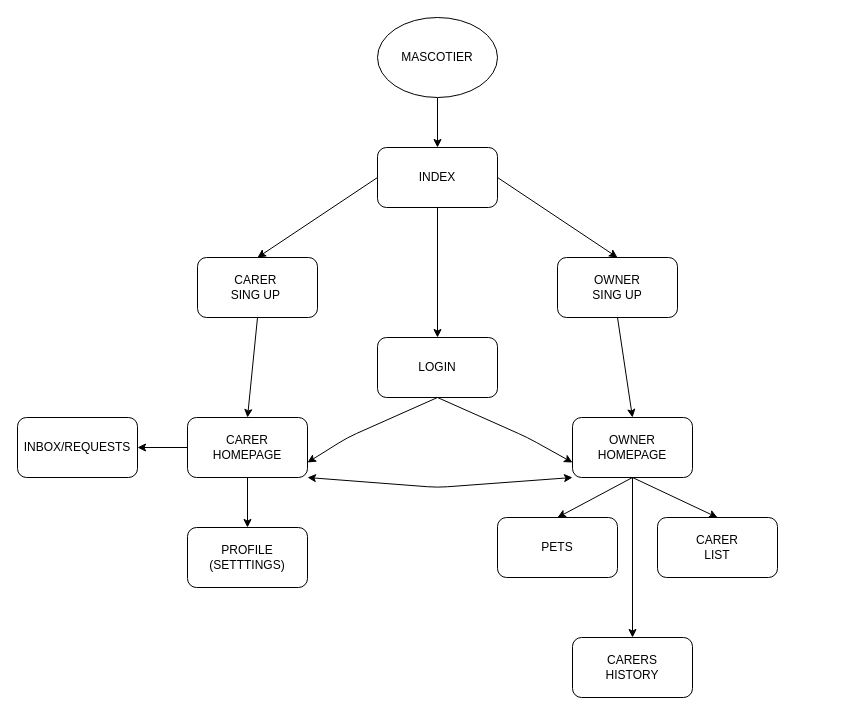
Before: Docs/SiteMap/SiteMap.drawio in iagogonzalezborines/MascoTier_Project, a draw.io diagram. Source tidied: cells renumbered, new cells numbered last; positions are measured from the earlier drawing's top-left corner, leaving out a move shared by most shapes. Both pictures are drawn from the tidied source at 100%, with x=0, y=0 at pixel (17, 17).
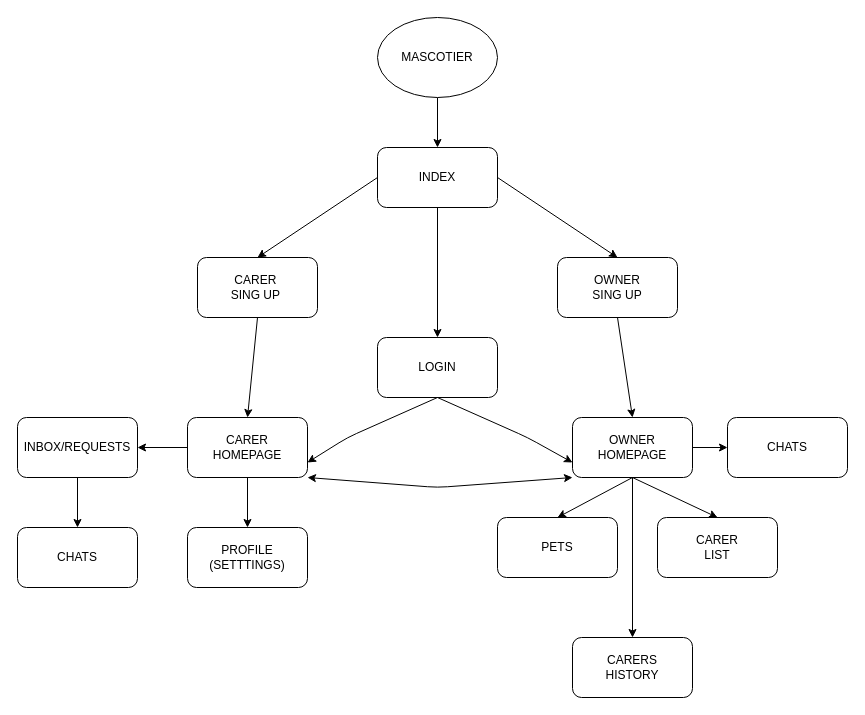
Above is the later version.

Unchanged cells that the change refers to:
```xml
<mxCell id="15" value="OWNER&lt;br&gt;HOMEPAGE" style="rounded=1;whiteSpace=wrap;html=1;" parent="1" vertex="1">
  <mxGeometry x="555" y="400" width="120" height="60" as="geometry" />
</mxCell>
<mxCell id="27" value="INBOX/REQUESTS" style="rounded=1;whiteSpace=wrap;html=1;" parent="1" vertex="1">
  <mxGeometry y="400" width="120" height="60" as="geometry" />
</mxCell>
```

What changed in the source:
```diff
@@
+    <mxCell id="28" style="edgeStyle=none;html=1;exitX=1;exitY=0.5;exitDx=0;exitDy=0;" parent="1" edge="1" source="15">
+      <mxGeometry relative="1" as="geometry">
+        <mxPoint x="710" y="430" as="targetPoint" />
+      </mxGeometry>
+    </mxCell>
@@
+    <mxCell id="29" style="edgeStyle=none;html=1;exitX=0.5;exitY=1;exitDx=0;exitDy=0;" parent="1" edge="1" source="27">
+      <mxGeometry relative="1" as="geometry">
+        <mxPoint x="60" y="510" as="targetPoint" />
+      </mxGeometry>
+    </mxCell>
@@
+    <mxCell id="30" value="CHATS" style="rounded=1;whiteSpace=wrap;html=1;" parent="1" vertex="1">
+      <mxGeometry y="510" width="120" height="60" as="geometry" />
+    </mxCell>
+    <mxCell id="31" value="CHATS&lt;br&gt;" style="rounded=1;whiteSpace=wrap;html=1;" parent="1" vertex="1">
+      <mxGeometry x="710" y="400" width="120" height="60" as="geometry" />
+    </mxCell>
```
